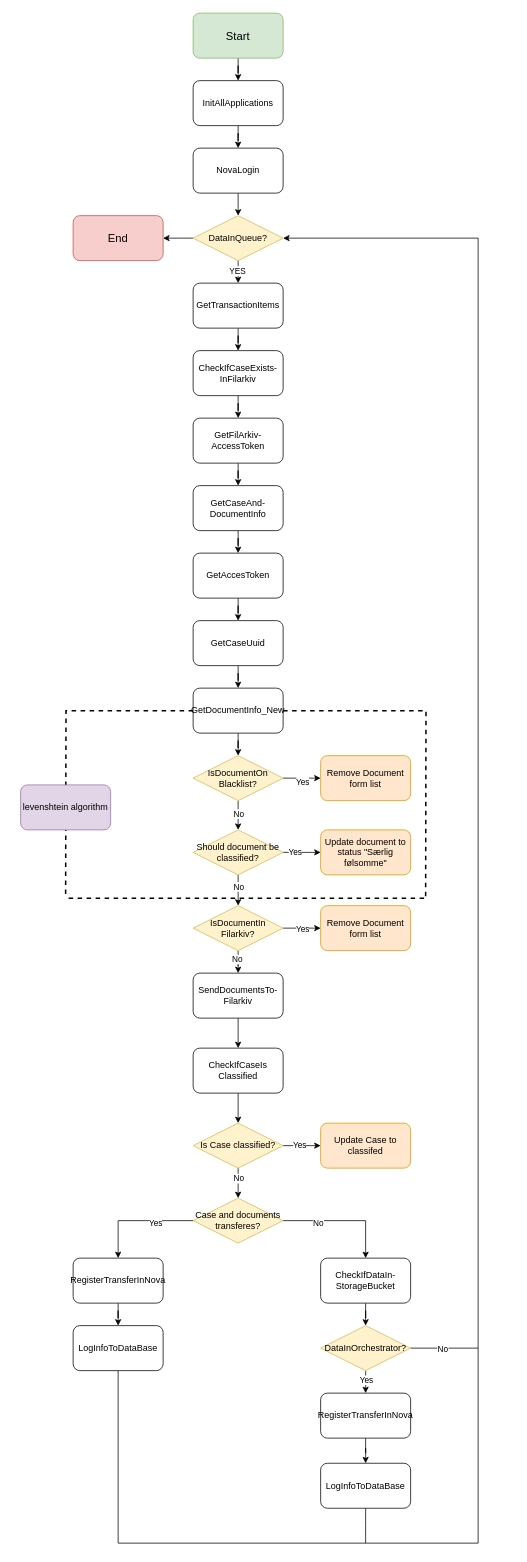
Above: Documentation/NovaToFilarkiv.drawio in mtm-aarhus/NovaToFilarkiv (draw.io), before the change. Source tidied: cells renumbered, new cells numbered last; positions are measured from the earlier drawing's top-left corner, leaving out a move shared by most shapes. Both pictures are drawn from the tidied source at 75%, with x=0, y=0 at pixel (20, 13).
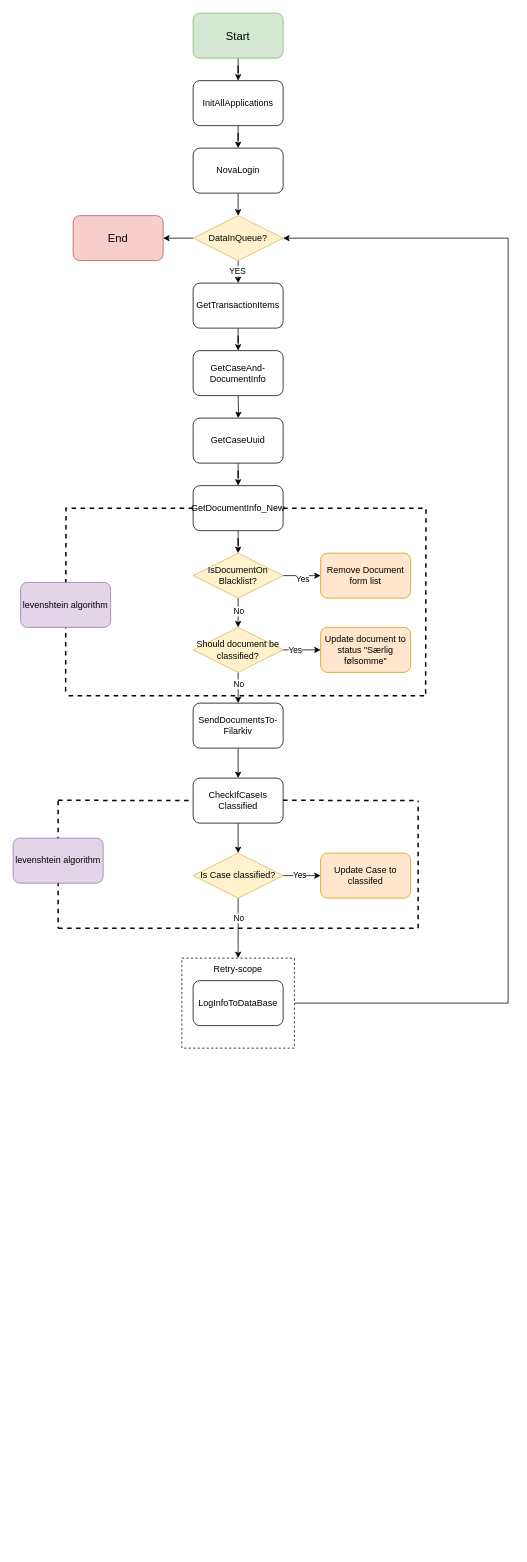
The same diagram, later.

The change refers to these unchanged cells:
```xml
<mxCell id="11" value="DataInQueue?" style="rhombus;whiteSpace=wrap;html=1;fillColor=#fff2cc;strokeColor=#d6b656;" parent="1" vertex="1">
  <mxGeometry x="230" y="270" width="120" height="60" as="geometry" />
</mxCell>
<mxCell id="13" value="GetTransactionItems" style="rounded=1;whiteSpace=wrap;html=1;" parent="1" vertex="1">
  <mxGeometry x="230" y="360" width="120" height="60" as="geometry" />
</mxCell>
```

Change to the diagram source:
```diff
@@
+    <mxCell id="79" style="edgeStyle=orthogonalEdgeStyle;rounded=0;jettySize=auto;html=1;entryX=1;entryY=0.5;entryDx=0;entryDy=0;" parent="1" edge="1" source="80" target="11">
+      <mxGeometry relative="1" as="geometry">
+        <Array as="points">
+          <mxPoint x="650" y="1320" />
+          <mxPoint x="650" y="300" />
+        </Array>
+      </mxGeometry>
+    </mxCell>
+    <mxCell id="80" style="rounded=0;whiteSpace=wrap;html=1;dashed=1;" parent="1" vertex="1">
+      <mxGeometry x="215" y="1260" width="150" height="120" as="geometry" />
+    </mxCell>
@@
-    <mxCell id="12" style="edgeStyle=orthogonalEdgeStyle;rounded=0;jettySize=auto;html=1;" parent="1" edge="1" source="13" target="28">
-      <mxGeometry relative="1" as="geometry" />
-    </mxCell>
+    <mxCell id="81" style="edgeStyle=orthogonalEdgeStyle;rounded=0;jettySize=auto;html=1;" parent="1" edge="1" source="13" target="32">
+      <mxGeometry relative="1" as="geometry" />
+    </mxCell>
@@
-    <mxCell id="14" style="edgeStyle=orthogonalEdgeStyle;rounded=0;jettySize=auto;html=1;" parent="1" edge="1" source="15" target="34">
-      <mxGeometry relative="1" as="geometry" />
+    <mxCell id="14" style="edgeStyle=orthogonalEdgeStyle;rounded=0;jettySize=auto;html=1;" parent="1" edge="1" target="34">
+      <mxGeometry relative="1" as="geometry">
+        <mxPoint x="290" y="510" as="sourcePoint" />
+      </mxGeometry>
     </mxCell>
-    <mxCell id="15" value="GetAccesToken" style="rounded=1;whiteSpace=wrap;html=1;" parent="1" vertex="1">
-      <mxGeometry x="230" y="720" width="120" height="60" as="geometry" />
-    </mxCell>
-    <mxCell id="16" style="edgeStyle=orthogonalEdgeStyle;rounded=0;jettySize=auto;html=1;" parent="1" edge="1" source="17" target="26">
-      <mxGeometry relative="1" as="geometry" />
-    </mxCell>
-    <mxCell id="17" value="RegisterTransferInNova" style="rounded=1;whiteSpace=wrap;html=1;" parent="1" vertex="1">
-      <mxGeometry x="70" y="1660" width="120" height="60" as="geometry" />
-    </mxCell>
@@
     <mxCell id="22" value="IsDocumentOn&lt;br&gt;Blacklist?" style="rhombus;whiteSpace=wrap;html=1;fillColor=#fff2cc;strokeColor=#d6b656;" parent="1" vertex="1">
-      <mxGeometry x="230" y="990" width="120" height="60" as="geometry" />
+      <mxGeometry x="230" y="720" width="120" height="60" as="geometry" />
     </mxCell>
-    <mxCell id="23" style="edgeStyle=orthogonalEdgeStyle;rounded=0;jettySize=auto;html=1;" parent="1" edge="1" source="24" target="57">
-      <mxGeometry relative="1" as="geometry" />
-    </mxCell>
-    <mxCell id="24" value="CheckIfDataIn-&lt;br&gt;StorageBucket" style="rounded=1;whiteSpace=wrap;html=1;" parent="1" vertex="1">
-      <mxGeometry x="400" y="1660" width="120" height="60" as="geometry" />
-    </mxCell>
-    <mxCell id="25" style="edgeStyle=orthogonalEdgeStyle;rounded=0;jettySize=auto;html=1;entryX=1;entryY=0.5;entryDx=0;entryDy=0;" parent="1" edge="1" source="26" target="11">
-      <mxGeometry relative="1" as="geometry">
-        <Array as="points">
-          <mxPoint x="130" y="2040" />
-          <mxPoint x="610" y="2040" />
-          <mxPoint x="610" y="300" />
-        </Array>
-      </mxGeometry>
-    </mxCell>
     <mxCell id="26" value="LogInfoToDataBase" style="rounded=1;whiteSpace=wrap;html=1;" parent="1" vertex="1">
-      <mxGeometry x="70" y="1750" width="120" height="60" as="geometry" />
+      <mxGeometry x="230" y="1290" width="120" height="60" as="geometry" />
     </mxCell>
-    <mxCell id="27" style="edgeStyle=orthogonalEdgeStyle;rounded=0;jettySize=auto;html=1;" parent="1" edge="1" source="28" target="30">
-      <mxGeometry relative="1" as="geometry" />
-    </mxCell>
-    <mxCell id="28" value="CheckIfCaseExists-&lt;br&gt;InFilarkiv" style="rounded=1;whiteSpace=wrap;html=1;" parent="1" vertex="1">
-      <mxGeometry x="230" y="450" width="120" height="60" as="geometry" />
-    </mxCell>
-    <mxCell id="29" style="edgeStyle=orthogonalEdgeStyle;rounded=0;jettySize=auto;html=1;" parent="1" edge="1" source="30" target="32">
-      <mxGeometry relative="1" as="geometry" />
-    </mxCell>
-    <mxCell id="30" value="GetFilArkiv-AccessToken" style="rounded=1;whiteSpace=wrap;html=1;" parent="1" vertex="1">
-      <mxGeometry x="230" y="540" width="120" height="60" as="geometry" />
-    </mxCell>
-    <mxCell id="31" style="edgeStyle=orthogonalEdgeStyle;rounded=0;jettySize=auto;html=1;" parent="1" edge="1" source="32" target="15">
-      <mxGeometry relative="1" as="geometry" />
-    </mxCell>
     <mxCell id="32" value="GetCaseAnd-&lt;br&gt;DocumentInfo" style="rounded=1;whiteSpace=wrap;html=1;" parent="1" vertex="1">
-      <mxGeometry x="230" y="630" width="120" height="60" as="geometry" />
+      <mxGeometry x="230" y="450" width="120" height="60" as="geometry" />
     </mxCell>
@@
     <mxCell id="34" value="GetCaseUuid" style="rounded=1;whiteSpace=wrap;html=1;" parent="1" vertex="1">
-      <mxGeometry x="230" y="810" width="120" height="60" as="geometry" />
+      <mxGeometry x="230" y="540" width="120" height="60" as="geometry" />
     </mxCell>
@@
     <mxCell id="36" style="edgeStyle=orthogonalEdgeStyle;rounded=0;jettySize=auto;html=1;endArrow=none;endFill=0;dashed=1;strokeWidth=2;" parent="1" edge="1" source="38">
       <mxGeometry relative="1" as="geometry">
-        <mxPoint x="540" y="1180" as="targetPoint" />
+        <mxPoint x="540" y="910" as="targetPoint" />
       </mxGeometry>
     </mxCell>
     <mxCell id="37" style="edgeStyle=orthogonalEdgeStyle;rounded=0;jettySize=auto;html=1;endArrow=none;endFill=0;dashed=1;strokeWidth=2;" parent="1" edge="1" source="38">
       <mxGeometry relative="1" as="geometry">
-        <mxPoint x="60" y="1180" as="targetPoint" />
+        <mxPoint x="60" y="910" as="targetPoint" />
       </mxGeometry>
     </mxCell>
     <mxCell id="38" value="GetDocumentInfo_New" style="rounded=1;whiteSpace=wrap;html=1;" parent="1" vertex="1">
-      <mxGeometry x="230" y="900" width="120" height="60" as="geometry" />
+      <mxGeometry x="230" y="630" width="120" height="60" as="geometry" />
     </mxCell>
     <mxCell id="39" value="Remove Document&lt;br&gt;form list" style="rounded=1;whiteSpace=wrap;html=1;fillColor=#ffe6cc;strokeColor=#d79b00;" parent="1" vertex="1">
-      <mxGeometry x="400" y="990" width="120" height="60" as="geometry" />
+      <mxGeometry x="400" y="720" width="120" height="60" as="geometry" />
     </mxCell>
-    <mxCell id="40" style="edgeStyle=orthogonalEdgeStyle;rounded=0;jettySize=auto;html=1;" parent="1" edge="1" source="44" target="45">
-      <mxGeometry relative="1" as="geometry" />
-    </mxCell>
-    <mxCell id="41" value="Yes" style="edgeLabel;html=1;align=center;verticalAlign=middle;" parent="40" vertex="1">
-      <mxGeometry y="-1" relative="1" as="geometry" />
-    </mxCell>
-    <mxCell id="42" style="edgeStyle=orthogonalEdgeStyle;rounded=0;jettySize=auto;html=1;" parent="1" edge="1" source="44" target="47">
-      <mxGeometry relative="1" as="geometry" />
-    </mxCell>
-    <mxCell id="43" value="No" style="edgeLabel;html=1;align=center;verticalAlign=middle;" parent="42" vertex="1">
-      <mxGeometry x="0.24" y="-2" relative="1" as="geometry" />
-    </mxCell>
-    <mxCell id="44" value="IsDocumentIn&lt;br&gt;Filarkiv?" style="rhombus;whiteSpace=wrap;html=1;fillColor=#fff2cc;strokeColor=#d6b656;" parent="1" vertex="1">
-      <mxGeometry x="230" y="1190" width="120" height="60" as="geometry" />
-    </mxCell>
-    <mxCell id="45" value="Remove Document&lt;br&gt;form list" style="rounded=1;whiteSpace=wrap;html=1;fillColor=#ffe6cc;strokeColor=#d79b00;" parent="1" vertex="1">
-      <mxGeometry x="400" y="1190" width="120" height="60" as="geometry" />
-    </mxCell>
@@
     <mxCell id="47" value="SendDocumentsTo-&lt;br&gt;Filarkiv" style="rounded=1;whiteSpace=wrap;html=1;" parent="1" vertex="1">
-      <mxGeometry x="230" y="1280" width="120" height="60" as="geometry" />
+      <mxGeometry x="230" y="920" width="120" height="60" as="geometry" />
     </mxCell>
-    <mxCell id="48" style="edgeStyle=orthogonalEdgeStyle;rounded=0;jettySize=auto;html=1;" parent="1" edge="1" source="52" target="24">
-      <mxGeometry relative="1" as="geometry" />
-    </mxCell>
-    <mxCell id="49" value="No" style="edgeLabel;html=1;align=center;verticalAlign=middle;" parent="48" vertex="1">
-      <mxGeometry x="-0.42" y="-2" relative="1" as="geometry" />
-    </mxCell>
-    <mxCell id="50" style="edgeStyle=orthogonalEdgeStyle;rounded=0;jettySize=auto;html=1;" parent="1" edge="1" source="52" target="17">
-      <mxGeometry relative="1" as="geometry" />
-    </mxCell>
-    <mxCell id="51" value="Yes" style="edgeLabel;html=1;align=center;verticalAlign=middle;" parent="50" vertex="1">
-      <mxGeometry x="-0.32" y="3" relative="1" as="geometry" />
-    </mxCell>
-    <mxCell id="52" value="Case and documents transferes?" style="rhombus;whiteSpace=wrap;html=1;fillColor=#fff2cc;strokeColor=#d6b656;" parent="1" vertex="1">
-      <mxGeometry x="230" y="1580" width="120" height="60" as="geometry" />
-    </mxCell>
-    <mxCell id="53" style="edgeStyle=orthogonalEdgeStyle;rounded=0;jettySize=auto;html=1;" parent="1" edge="1" source="57" target="59">
-      <mxGeometry relative="1" as="geometry" />
-    </mxCell>
-    <mxCell id="54" value="Yes" style="edgeLabel;html=1;align=center;verticalAlign=middle;" parent="53" vertex="1">
-      <mxGeometry x="0.28" relative="1" as="geometry" />
-    </mxCell>
-    <mxCell id="55" style="edgeStyle=orthogonalEdgeStyle;rounded=0;jettySize=auto;html=1;endArrow=none;endFill=0;" parent="1" edge="1" source="57">
-      <mxGeometry relative="1" as="geometry">
-        <mxPoint x="610" y="1780" as="targetPoint" />
-      </mxGeometry>
-    </mxCell>
-    <mxCell id="56" value="No" style="edgeLabel;html=1;align=center;verticalAlign=middle;" parent="55" vertex="1">
-      <mxGeometry x="-0.07" y="-1" relative="1" as="geometry" />
-    </mxCell>
-    <mxCell id="57" value="DataInOrchestrator?" style="rhombus;whiteSpace=wrap;html=1;fillColor=#fff2cc;strokeColor=#d6b656;" parent="1" vertex="1">
-      <mxGeometry x="400" y="1750" width="120" height="60" as="geometry" />
-    </mxCell>
-    <mxCell id="58" style="edgeStyle=orthogonalEdgeStyle;rounded=0;jettySize=auto;html=1;" parent="1" edge="1" source="59" target="61">
-      <mxGeometry relative="1" as="geometry" />
-    </mxCell>
-    <mxCell id="59" value="RegisterTransferInNova" style="rounded=1;whiteSpace=wrap;html=1;" parent="1" vertex="1">
-      <mxGeometry x="400" y="1840" width="120" height="60" as="geometry" />
-    </mxCell>
-    <mxCell id="60" style="edgeStyle=orthogonalEdgeStyle;rounded=0;jettySize=auto;html=1;endArrow=none;endFill=0;" parent="1" edge="1" source="61">
-      <mxGeometry relative="1" as="geometry">
-        <mxPoint x="460" y="2040" as="targetPoint" />
-      </mxGeometry>
-    </mxCell>
-    <mxCell id="61" value="LogInfoToDataBase" style="rounded=1;whiteSpace=wrap;html=1;" parent="1" vertex="1">
-      <mxGeometry x="400" y="1933.5" width="120" height="60" as="geometry" />
-    </mxCell>
@@
-    <mxCell id="63" style="edgeStyle=orthogonalEdgeStyle;rounded=0;jettySize=auto;html=1;" parent="1" edge="1" source="67" target="44">
-      <mxGeometry relative="1" as="geometry" />
+    <mxCell id="63" style="edgeStyle=orthogonalEdgeStyle;rounded=0;jettySize=auto;html=1;" parent="1" edge="1" source="67">
+      <mxGeometry relative="1" as="geometry">
+        <mxPoint x="290" y="920" as="targetPoint" />
+      </mxGeometry>
     </mxCell>
@@
     <mxCell id="67" value="Should document be classified?" style="rhombus;whiteSpace=wrap;html=1;fillColor=#fff2cc;strokeColor=#d6b656;" parent="1" vertex="1">
-      <mxGeometry x="230" y="1089" width="120" height="60" as="geometry" />
+      <mxGeometry x="230" y="819" width="120" height="60" as="geometry" />
     </mxCell>
     <mxCell id="68" value="Update document to status &quot;Særlig følsomme&quot;" style="rounded=1;whiteSpace=wrap;html=1;fillColor=#ffe6cc;strokeColor=#d79b00;" parent="1" vertex="1">
-      <mxGeometry x="400" y="1089" width="120" height="60" as="geometry" />
+      <mxGeometry x="400" y="819" width="120" height="60" as="geometry" />
     </mxCell>
     <mxCell id="69" value="levenshtein algorithm" style="rounded=1;whiteSpace=wrap;html=1;fillColor=#e1d5e7;strokeColor=#9673a6;" parent="1" vertex="1">
-      <mxGeometry y="1029" width="120" height="60" as="geometry" />
+      <mxGeometry y="759" width="120" height="60" as="geometry" />
     </mxCell>
     <mxCell id="70" style="endArrow=none;dashed=1;html=1;rounded=0;strokeWidth=2;" parent="1" edge="1">
       <mxGeometry relative="1" as="geometry">
-        <mxPoint x="64" y="1180" as="sourcePoint" />
-        <mxPoint x="544" y="1180" as="targetPoint" />
+        <mxPoint x="64" y="910" as="sourcePoint" />
+        <mxPoint x="544" y="910" as="targetPoint" />
       </mxGeometry>
     </mxCell>
@@
     <mxCell id="72" value="CheckIfCaseIs&lt;div&gt;Classified&lt;/div&gt;" style="rounded=1;whiteSpace=wrap;html=1;" parent="1" vertex="1">
-      <mxGeometry x="230" y="1380" width="120" height="60" as="geometry" />
+      <mxGeometry x="230" y="1020" width="120" height="60" as="geometry" />
     </mxCell>
-    <mxCell id="73" style="edgeStyle=orthogonalEdgeStyle;rounded=0;jettySize=auto;html=1;" parent="1" edge="1" source="77" target="52">
+    <mxCell id="73" style="edgeStyle=orthogonalEdgeStyle;rounded=0;jettySize=auto;html=1;entryX=0.5;entryY=0;entryDx=0;entryDy=0;" parent="1" edge="1" source="77" target="82">
       <mxGeometry relative="1" as="geometry" />
     </mxCell>
@@
     <mxCell id="77" value="Is Case classified?" style="rhombus;whiteSpace=wrap;html=1;fillColor=#fff2cc;strokeColor=#d6b656;" parent="1" vertex="1">
-      <mxGeometry x="230" y="1480" width="120" height="60" as="geometry" />
+      <mxGeometry x="230" y="1120" width="120" height="60" as="geometry" />
     </mxCell>
     <mxCell id="78" value="Update Case to classifed" style="rounded=1;whiteSpace=wrap;html=1;fillColor=#ffe6cc;strokeColor=#d79b00;" parent="1" vertex="1">
-      <mxGeometry x="400" y="1480" width="120" height="60" as="geometry" />
+      <mxGeometry x="400" y="1120" width="120" height="60" as="geometry" />
     </mxCell>
+    <mxCell id="82" value="Retry-scope" style="text;html=1;align=center;verticalAlign=middle;whiteSpace=wrap;rounded=0;" parent="1" vertex="1">
+      <mxGeometry x="250" y="1260" width="80" height="30" as="geometry" />
+    </mxCell>
+    <mxCell id="83" style="endArrow=none;dashed=1;html=1;rounded=0;strokeWidth=2;" parent="1" edge="1">
+      <mxGeometry relative="1" as="geometry">
+        <mxPoint x="50" y="1220" as="sourcePoint" />
+        <mxPoint x="530" y="1220" as="targetPoint" />
+      </mxGeometry>
+    </mxCell>
+    <mxCell id="84" style="endArrow=none;dashed=1;html=1;rounded=0;strokeWidth=2;" parent="1" edge="1">
+      <mxGeometry relative="1" as="geometry">
+        <mxPoint x="350" y="1049.5" as="sourcePoint" />
+        <mxPoint x="530" y="1050" as="targetPoint" />
+      </mxGeometry>
+    </mxCell>
+    <mxCell id="85" style="endArrow=none;dashed=1;html=1;rounded=0;strokeWidth=2;" parent="1" edge="1">
+      <mxGeometry relative="1" as="geometry">
+        <mxPoint x="530" y="1220" as="sourcePoint" />
+        <mxPoint x="530" y="1050" as="targetPoint" />
+      </mxGeometry>
+    </mxCell>
+    <mxCell id="86" style="endArrow=none;dashed=1;html=1;rounded=0;strokeWidth=2;" parent="1" edge="1">
+      <mxGeometry relative="1" as="geometry">
+        <mxPoint x="50" y="1049.5" as="sourcePoint" />
+        <mxPoint x="230" y="1050" as="targetPoint" />
+      </mxGeometry>
+    </mxCell>
+    <mxCell id="87" style="endArrow=none;dashed=1;html=1;rounded=0;strokeWidth=2;" parent="1" edge="1">
+      <mxGeometry relative="1" as="geometry">
+        <mxPoint x="50" y="1050" as="sourcePoint" />
+        <mxPoint x="50" y="1220" as="targetPoint" />
+      </mxGeometry>
+    </mxCell>
+    <mxCell id="88" value="levenshtein algorithm" style="rounded=1;whiteSpace=wrap;html=1;fillColor=#e1d5e7;strokeColor=#9673a6;" parent="1" vertex="1">
+      <mxGeometry x="-10" y="1100" width="120" height="60" as="geometry" />
+    </mxCell>
```
